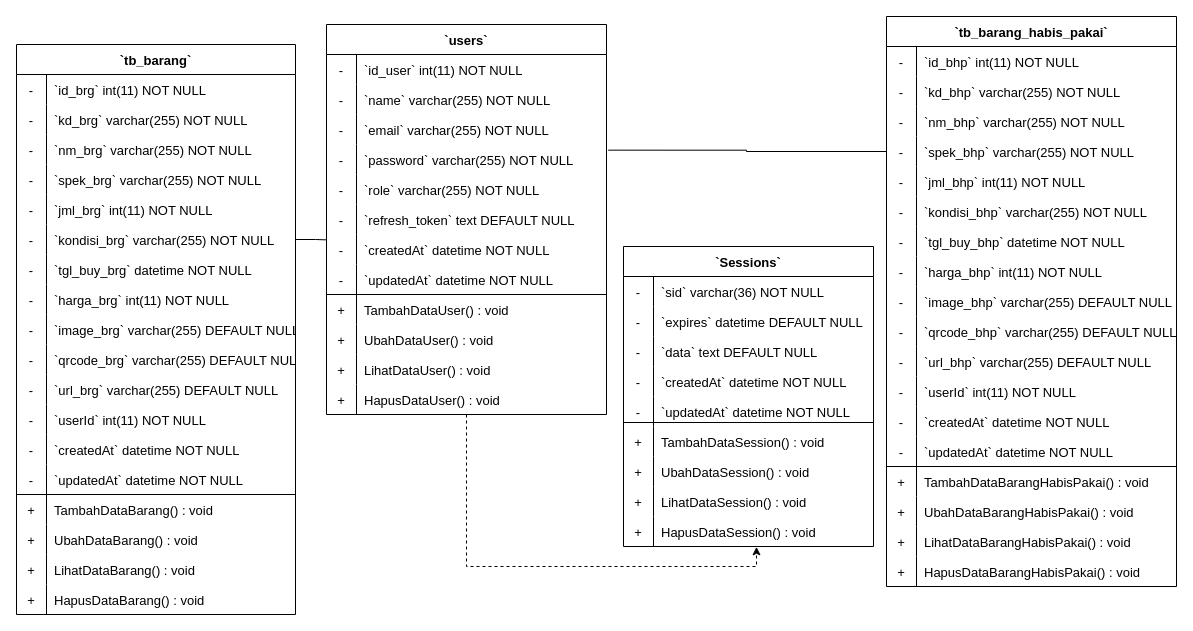
wahyupambudi/skripsi-skom keeps this draw.io diagram as Class Diagram.drawio. Above is the earlier version. Source tidied: cells renumbered, new cells numbered last; positions are measured from the earlier drawing's top-left corner, leaving out a move shared by most shapes. Both pictures are drawn from the tidied source at 100%, with x=0, y=0 at pixel (16, 16).
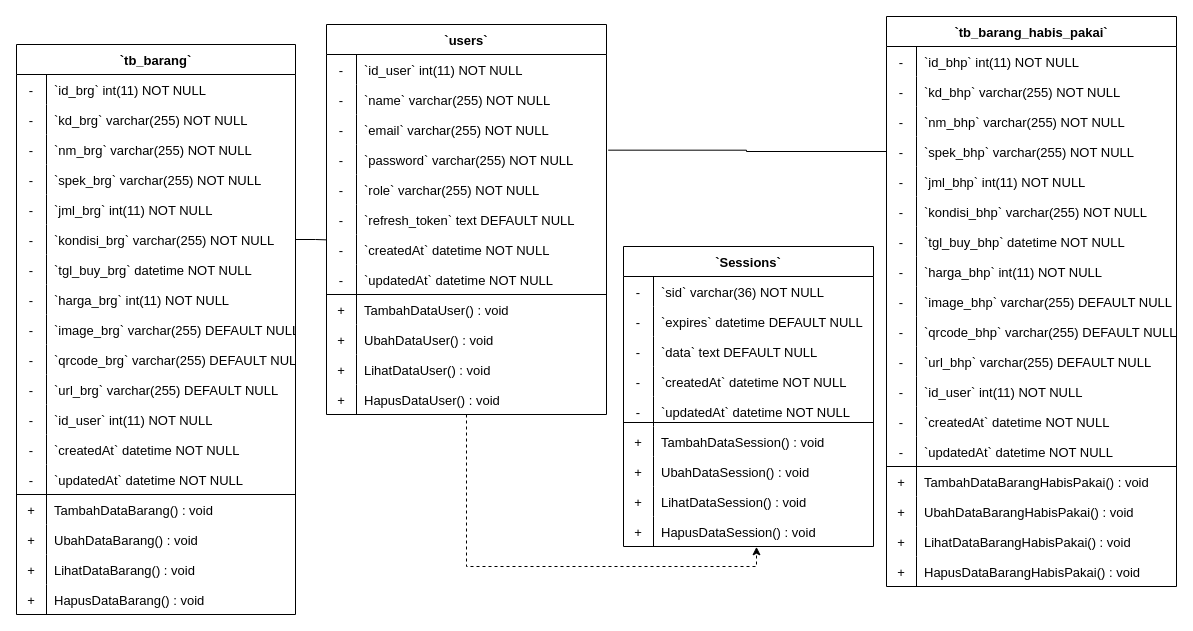
The same diagram, later.

The change refers to these unchanged cells:
```xml
<mxCell id="36" style="shape=tableRow;horizontal=0;startSize=0;swimlaneHead=0;swimlaneBody=0;fillColor=none;strokeColor=inherit;top=0;left=0;right=0;bottom=0;fontSize=13;" parent="2" vertex="1">
  <mxGeometry y="360" width="279" height="30" as="geometry" />
</mxCell>
<mxCell id="129" style="shape=tableRow;horizontal=0;startSize=0;swimlaneHead=0;swimlaneBody=0;fillColor=none;strokeColor=inherit;top=0;left=0;right=0;bottom=0;fontSize=13;" parent="95" vertex="1">
  <mxGeometry y="360" width="290" height="30" as="geometry" />
</mxCell>
```

Change to the diagram source:
```diff
@@
-    <mxCell id="38" value="`userId` int(11) NOT NULL" style="shape=partialRectangle;overflow=hidden;fillColor=none;align=left;strokeColor=inherit;top=0;left=0;bottom=0;right=0;spacingLeft=6;fontSize=13;" parent="36" vertex="1">
+    <mxCell id="38" value="`id_user` int(11) NOT NULL" style="shape=partialRectangle;overflow=hidden;fillColor=none;align=left;strokeColor=inherit;top=0;left=0;bottom=0;right=0;spacingLeft=6;fontSize=13;" parent="36" vertex="1">
       <mxGeometry x="30" width="249" height="30" as="geometry" />
     </mxCell>
@@
-    <mxCell id="131" value="`userId` int(11) NOT NULL" style="shape=partialRectangle;overflow=hidden;fillColor=none;align=left;strokeColor=inherit;top=0;left=0;bottom=0;right=0;spacingLeft=6;fontSize=13;" parent="129" vertex="1">
+    <mxCell id="131" value="`id_user` int(11) NOT NULL" style="shape=partialRectangle;overflow=hidden;fillColor=none;align=left;strokeColor=inherit;top=0;left=0;bottom=0;right=0;spacingLeft=6;fontSize=13;" parent="129" vertex="1">
       <mxGeometry x="30" width="260" height="30" as="geometry" />
     </mxCell>
```
